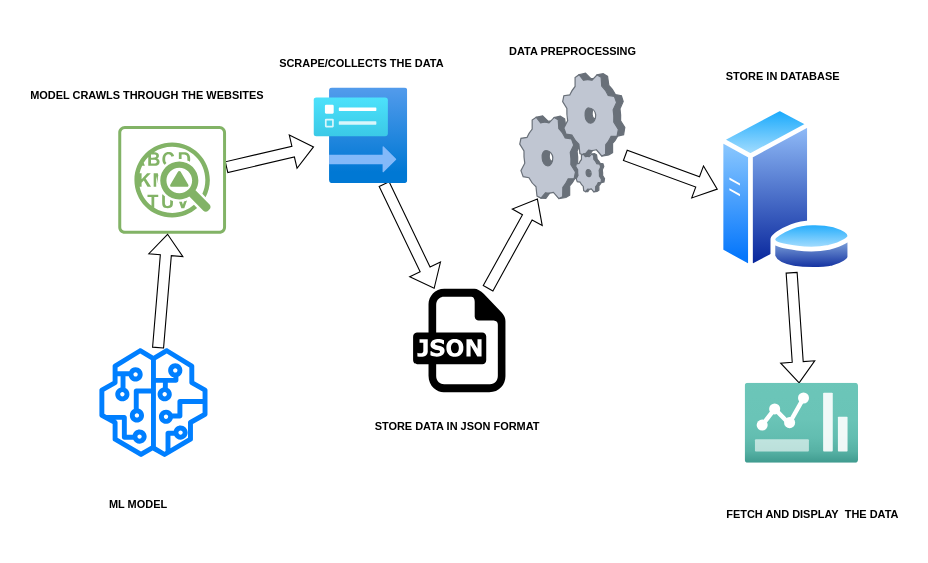
sanjaykumardk/drawio keeps this draw.io diagram as cyber_space.drawio. Above is the earlier version. Source tidied: cells renumbered, new cells numbered last; positions are measured from the earlier drawing's top-left corner, leaving out a move shared by most shapes. Both pictures are drawn from the tidied source at 110%, with x=0, y=0 at pixel (19, 19).
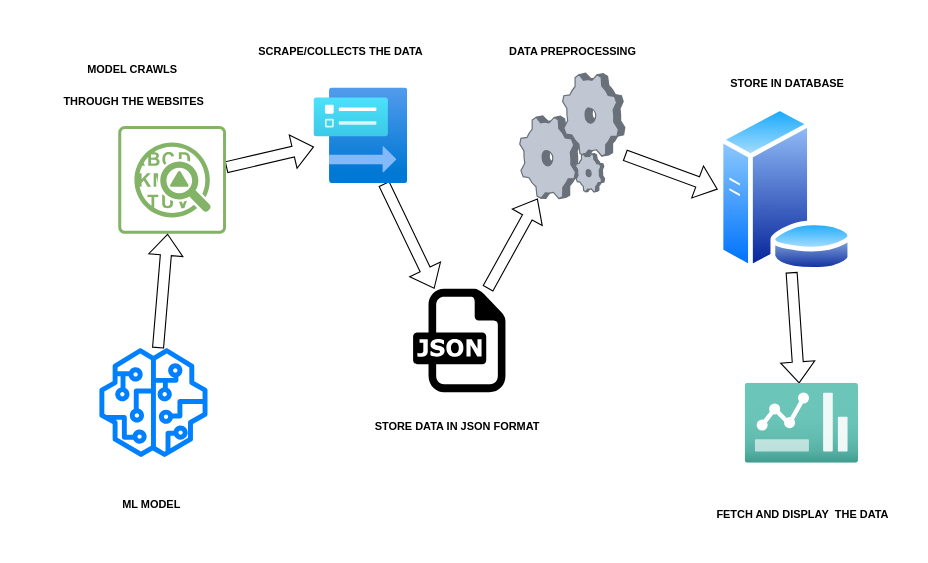
The same diagram, later.

Change to the diagram source:
```diff
@@
     <mxCell id="15" value="&lt;h5&gt;ML MODEL&lt;/h5&gt;" style="text;html=1;align=center;verticalAlign=middle;strokeColor=none;fillColor=none;" parent="1" vertex="1">
-      <mxGeometry x="72.5" y="412" width="71" height="57" as="geometry" />
+      <mxGeometry x="84" y="412" width="71" height="57" as="geometry" />
     </mxCell>
-    <mxCell id="16" value="&lt;h5 align=&quot;center&quot;&gt;MODEL CRAWLS THROUGH THE WEBSITES&lt;br&gt;&lt;/h5&gt;" style="text;html=1;align=center;verticalAlign=middle;strokeColor=none;fillColor=none;" parent="1" vertex="1">
-      <mxGeometry y="40" width="231" height="57" as="geometry" />
+    <mxCell id="16" value="&lt;h5 align=&quot;center&quot;&gt;&lt;font face=&quot;Helvetica&quot;&gt;MODEL CRAWLS&amp;nbsp;&lt;/font&gt;&lt;/h5&gt;&lt;h5 align=&quot;center&quot;&gt;&lt;font face=&quot;Helvetica&quot;&gt;THROUGH THE WEBSITES&lt;br&gt;&lt;/font&gt;&lt;/h5&gt;" style="text;html=1;align=center;verticalAlign=middle;strokeColor=none;fillColor=none;" parent="1" vertex="1">
+      <mxGeometry x="31" y="17" width="146" height="86" as="geometry" />
     </mxCell>
     <mxCell id="17" value="&lt;h5&gt;SCRAPE/COLLECTS THE DATA&lt;/h5&gt;" style="text;html=1;align=center;verticalAlign=middle;strokeColor=none;fillColor=none;" parent="1" vertex="1">
-      <mxGeometry x="226.1" y="11" width="169" height="57" as="geometry" />
+      <mxGeometry x="207" width="169" height="57" as="geometry" />
     </mxCell>
@@
     <mxCell id="20" value="&lt;h5&gt;STORE IN DATABASE&lt;/h5&gt;" style="text;html=1;align=center;verticalAlign=middle;strokeColor=none;fillColor=none;" parent="1" vertex="1">
-      <mxGeometry x="632.5" y="23" width="123" height="57" as="geometry" />
+      <mxGeometry x="636" y="29" width="123" height="57" as="geometry" />
     </mxCell>
     <mxCell id="21" value="&lt;h5&gt;FETCH AND DISPLAY&amp;nbsp; THE DATA&lt;/h5&gt;" style="text;html=1;align=center;verticalAlign=middle;strokeColor=none;fillColor=none;" parent="1" vertex="1">
-      <mxGeometry x="632.5" y="421" width="177" height="57" as="geometry" />
+      <mxGeometry x="623" y="421" width="177" height="57" as="geometry" />
     </mxCell>
```
